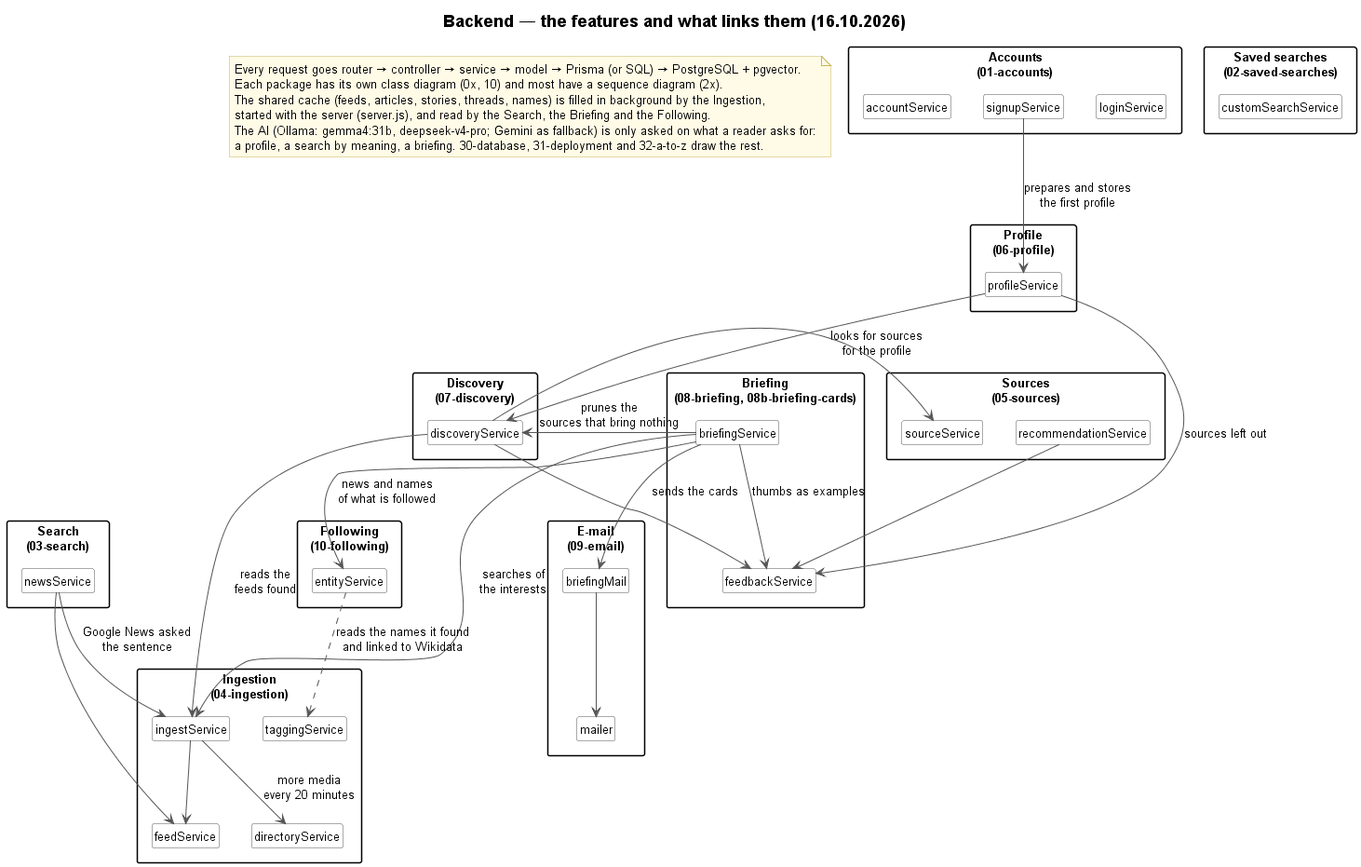
Above: docs/a-to-z/00-overview.png in TPI2026-NewsGenerator/NewsGenerator-Backend (PlantUML), before the change.
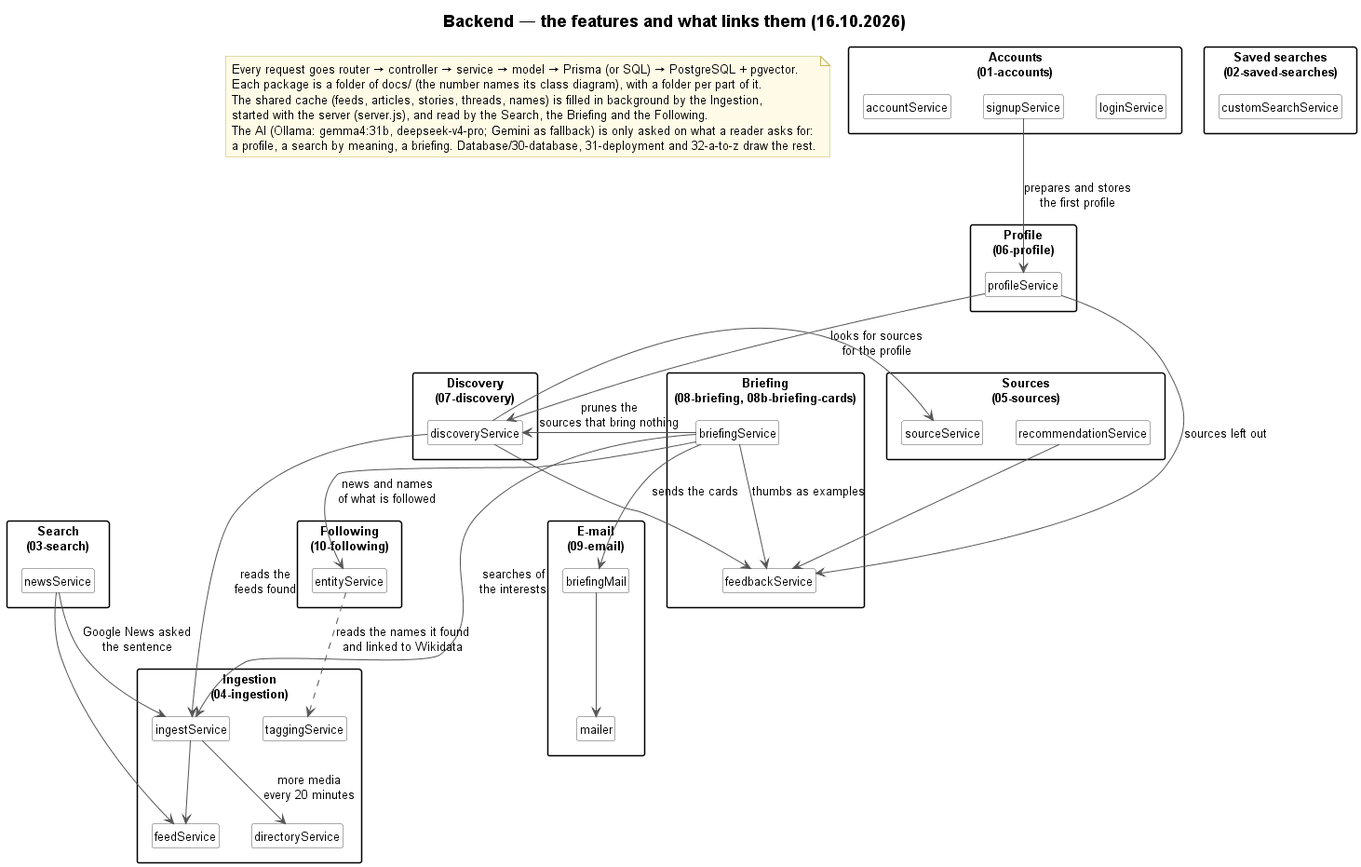
Above is the later version.

What changed in the source:
```diff
@@ -1,5 +1,5 @@
 @startuml 00-overview
-!include _style.iuml
+!include ../_style/class.iuml
 title Backend — the features and what links them (16.10.2026)
 
 package "Accounts\n(01-accounts)" as Accounts {
@@ -62,10 +62,10 @@
 
 note as Legend
     Every request goes router → controller → service → model → Prisma (or SQL) → PostgreSQL + pgvector.
-    Each package has its own class diagram (0x, 10) and most have a sequence diagram (2x).
+    Each package is a folder of docs/ (the number names its class diagram), with a folder per part of it.
     The shared cache (feeds, articles, stories, threads, names) is filled in background by the Ingestion,
     started with the server (server.js), and read by the Search, the Briefing and the Following.
     The AI (Ollama: gemma4:31b, deepseek-v4-pro; Gemini as fallback) is only asked on what a reader asks for:
-    a profile, a search by meaning, a briefing. 30-database, 31-deployment and 32-a-to-z draw the rest.
+    a profile, a search by meaning, a briefing. Database/30-database, 31-deployment and 32-a-to-z draw the rest.
 end note
 @enduml
```
